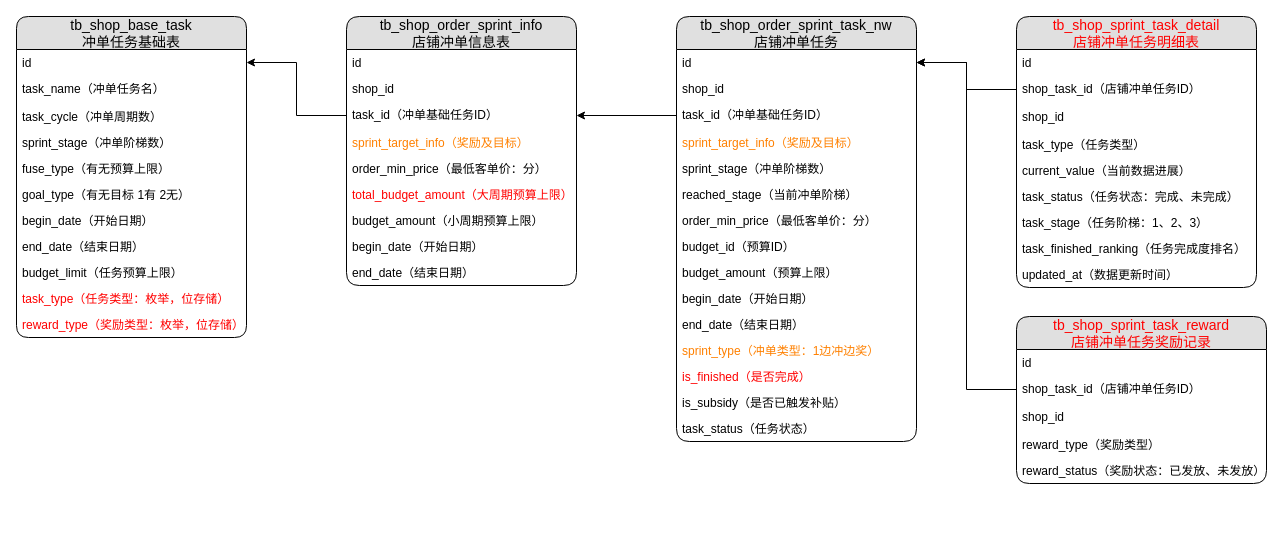
jon-kong/draw.io keeps this draw.io diagram as page "ER图" (5 of 5) of 疫情春保.drawio. Above is the earlier version. Source tidied: cells renumbered, new cells numbered last; positions are measured from the earlier drawing's top-left corner, leaving out a move shared by most shapes. Both pictures are drawn from the tidied source at 100%, with x=0, y=0 at pixel (16, 16).
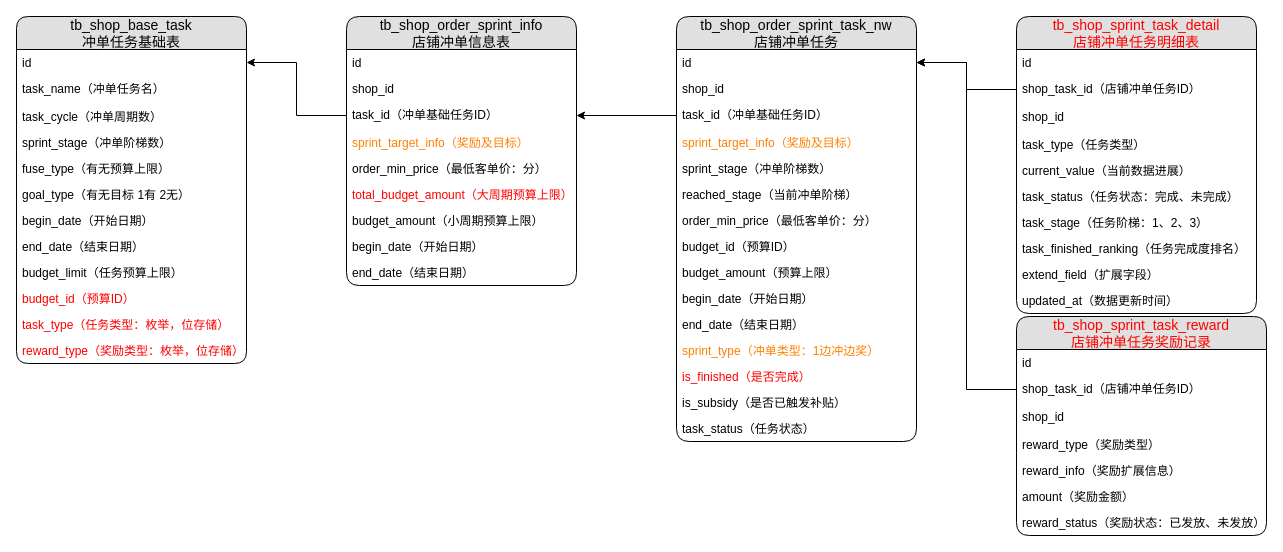
Above is the later version.

Change to the diagram source:
```diff
@@
     <mxCell id="2" value="tb_shop_base_task&#10;冲单任务基础表" style="swimlane;fontStyle=0;horizontal=1;startSize=33;fillColor=#e0e0e0;swimlaneFillColor=#ffffff;align=center;fontSize=14;rounded=1;arcSize=12;" parent="1" vertex="1">
-      <mxGeometry width="230" height="321" as="geometry" />
+      <mxGeometry width="230" height="347" as="geometry" />
     </mxCell>
@@
-    <mxCell id="12" value="task_type（任务类型：枚举，位存储）" style="text;strokeColor=none;fillColor=none;spacingLeft=4;spacingRight=4;overflow=hidden;fontSize=12;fontColor=#FF0000;" parent="2" vertex="1">
+    <mxCell id="12" value="budget_id（预算ID）" style="text;strokeColor=none;fillColor=none;spacingLeft=4;spacingRight=4;overflow=hidden;fontSize=12;fontColor=#FF0000;" parent="2" vertex="1">
       <mxGeometry y="269" width="230" height="26" as="geometry" />
     </mxCell>
+    <mxCell id="60" value="task_type（任务类型：枚举，位存储）" style="text;strokeColor=none;fillColor=none;spacingLeft=4;spacingRight=4;overflow=hidden;fontSize=12;fontColor=#FF0000;" parent="2" vertex="1">
+      <mxGeometry y="295" width="230" height="26" as="geometry" />
+    </mxCell>
     <mxCell id="13" value="reward_type（奖励类型：枚举，位存储）" style="text;strokeColor=none;fillColor=none;spacingLeft=4;spacingRight=4;overflow=hidden;fontSize=12;fontColor=#FF0000;" parent="2" vertex="1">
-      <mxGeometry y="295" width="230" height="26" as="geometry" />
+      <mxGeometry y="321" width="230" height="26" as="geometry" />
     </mxCell>
@@
     <mxCell id="42" value="tb_shop_sprint_task_detail&#10;店铺冲单任务明细表" style="swimlane;fontStyle=0;horizontal=1;startSize=33;fillColor=#e0e0e0;swimlaneFillColor=#ffffff;align=center;fontSize=14;rounded=1;arcSize=13;fontColor=#FF0000;" parent="1" vertex="1">
-      <mxGeometry x="1000" width="240" height="271" as="geometry" />
+      <mxGeometry x="1000" width="240" height="297" as="geometry" />
     </mxCell>
@@
+    <mxCell id="61" value="extend_field（扩展字段）" style="text;strokeColor=none;fillColor=none;spacingLeft=4;spacingRight=4;overflow=hidden;fontSize=12;" parent="42" vertex="1">
+      <mxGeometry y="245" width="240" height="26" as="geometry" />
+    </mxCell>
     <mxCell id="51" value="updated_at（数据更新时间）" style="text;strokeColor=none;fillColor=none;spacingLeft=4;spacingRight=4;overflow=hidden;fontSize=12;" parent="42" vertex="1">
-      <mxGeometry y="245" width="240" height="26" as="geometry" />
+      <mxGeometry y="271" width="240" height="26" as="geometry" />
     </mxCell>
@@
     <mxCell id="53" value="tb_shop_sprint_task_reward&#10;店铺冲单任务奖励记录" style="swimlane;fontStyle=0;horizontal=1;startSize=33;fillColor=#e0e0e0;swimlaneFillColor=#ffffff;align=center;fontSize=14;rounded=1;arcSize=13;fontColor=#FF0000;" parent="1" vertex="1">
-      <mxGeometry x="1000" y="300" width="250" height="167" as="geometry" />
+      <mxGeometry x="1000" y="300" width="250" height="219" as="geometry" />
     </mxCell>
@@
+    <mxCell id="62" value="reward_info（奖励扩展信息）" style="text;strokeColor=none;fillColor=none;spacingLeft=4;spacingRight=4;overflow=hidden;fontSize=12;" parent="53" vertex="1">
+      <mxGeometry y="141" width="250" height="26" as="geometry" />
+    </mxCell>
+    <mxCell id="63" value="amount（奖励金额）" style="text;strokeColor=none;fillColor=none;spacingLeft=4;spacingRight=4;overflow=hidden;fontSize=12;" parent="53" vertex="1">
+      <mxGeometry y="167" width="250" height="26" as="geometry" />
+    </mxCell>
     <mxCell id="58" value="reward_status（奖励状态：已发放、未发放）" style="text;strokeColor=none;fillColor=none;spacingLeft=4;spacingRight=4;overflow=hidden;fontSize=12;" parent="53" vertex="1">
-      <mxGeometry y="141" width="250" height="26" as="geometry" />
+      <mxGeometry y="193" width="250" height="26" as="geometry" />
     </mxCell>
```
